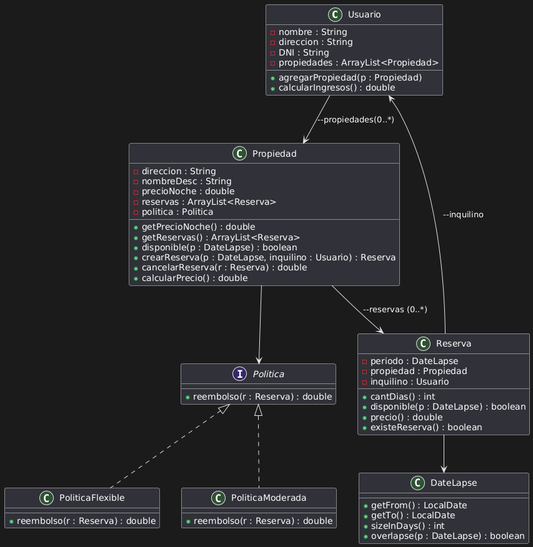
This is ejercicio 19_20/ejer1920UML.png from AgusZK/OO1, a PlantUML export, as it was before one commit.
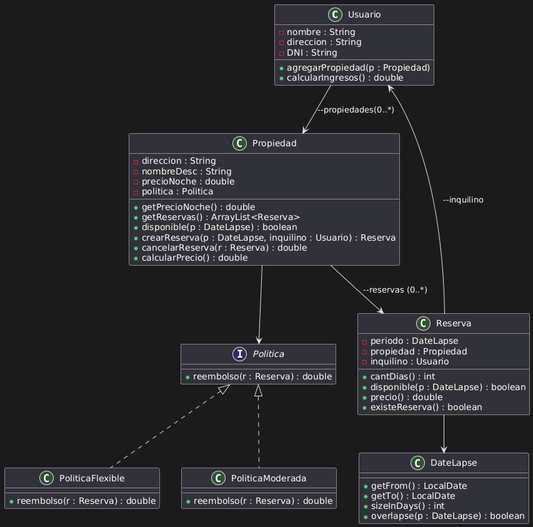
The same diagram one commit later.

Diff of the diagram source:
```diff
@@ -3,7 +3,6 @@
     - nombre : String
     - direccion : String
     - DNI : String
-    - propiedades : ArrayList<Propiedad>
     + agregarPropiedad(p : Propiedad)
     + calcularIngresos() : double
 }
@@ -12,7 +11,6 @@
     - direccion : String
     - nombreDesc : String
     - precioNoche : double
-    - reservas : ArrayList<Reserva>
     - politica : Politica
     + getPrecioNoche() : double
     + getReservas() : ArrayList<Reserva>
```
